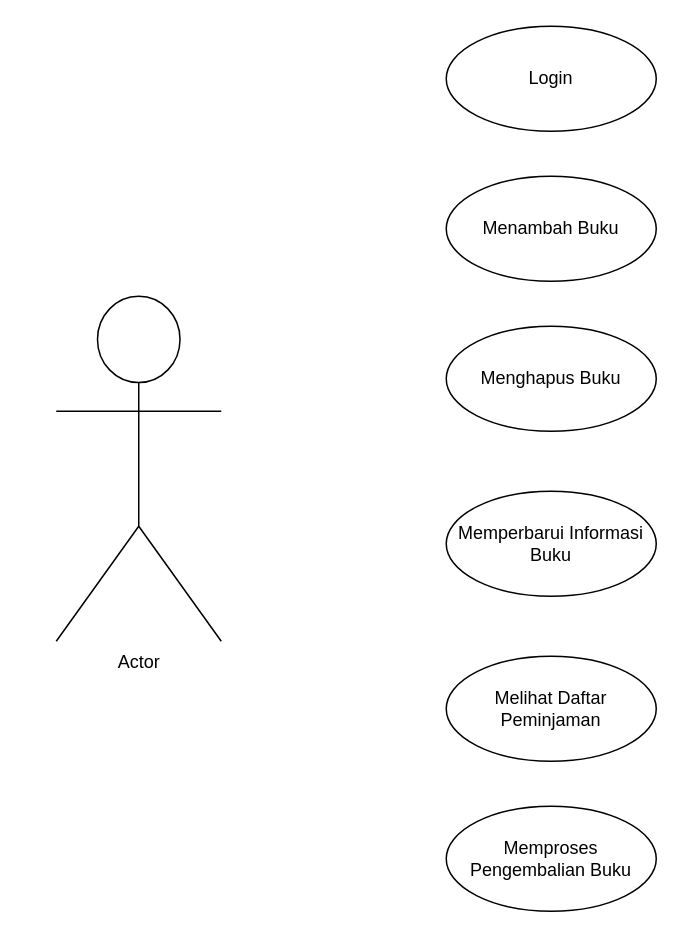
The draw.io diagram Petugas.drawio in RofiNugraha/rofingoding, before the edit. Source tidied: cells renumbered, new cells numbered last; positions are measured from the earlier drawing's top-left corner, leaving out a move shared by most shapes. Both pictures are drawn from the tidied source at 150%, with x=0, y=0 at pixel (56, 26).
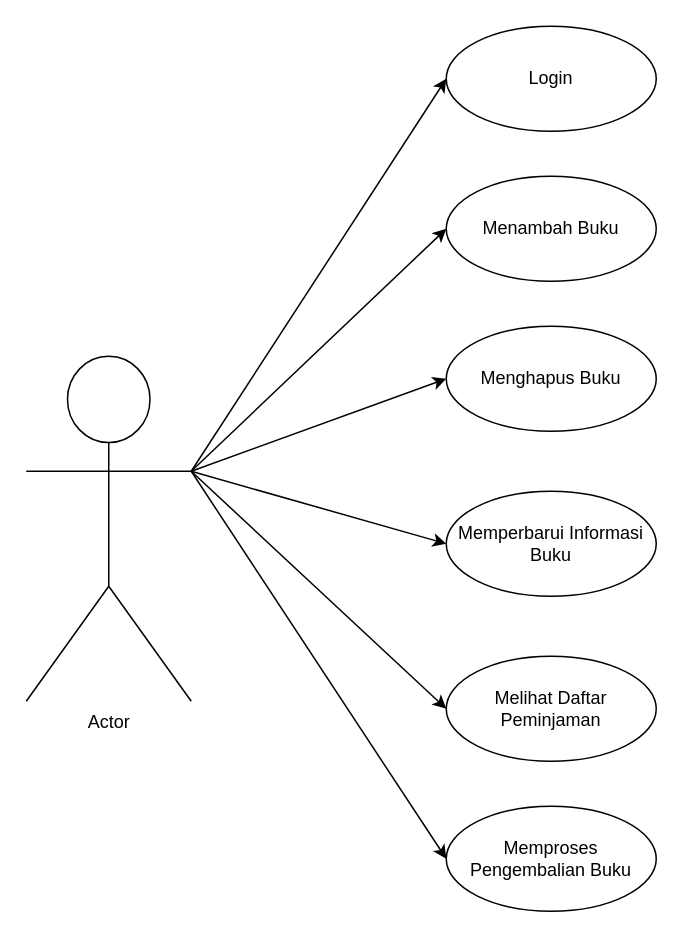
The same page after the edit.

Change to the diagram source:
```diff
@@
 <mxGraphModel>
   <root>
     <mxCell id="0" />
     <mxCell id="1" parent="0" />
+    <mxCell id="10" style="edgeStyle=none;rounded=0;jettySize=auto;html=1;exitX=1;exitY=0.3333333333333333;exitDx=0;exitDy=0;exitPerimeter=0;entryX=0;entryY=0.5;entryDx=0;entryDy=0;" parent="1" edge="1" source="2" target="3">
+      <mxGeometry relative="1" as="geometry" />
+    </mxCell>
+    <mxCell id="11" style="edgeStyle=none;rounded=0;jettySize=auto;html=1;exitX=1;exitY=0.3333333333333333;exitDx=0;exitDy=0;exitPerimeter=0;entryX=0;entryY=0.5;entryDx=0;entryDy=0;" parent="1" edge="1" source="2" target="4">
+      <mxGeometry relative="1" as="geometry" />
+    </mxCell>
+    <mxCell id="12" style="edgeStyle=none;rounded=0;jettySize=auto;html=1;exitX=1;exitY=0.3333333333333333;exitDx=0;exitDy=0;exitPerimeter=0;entryX=0;entryY=0.5;entryDx=0;entryDy=0;" parent="1" edge="1" source="2" target="6">
+      <mxGeometry relative="1" as="geometry" />
+    </mxCell>
+    <mxCell id="13" style="edgeStyle=none;rounded=0;jettySize=auto;html=1;exitX=1;exitY=0.3333333333333333;exitDx=0;exitDy=0;exitPerimeter=0;entryX=0;entryY=0.5;entryDx=0;entryDy=0;" parent="1" edge="1" source="2" target="7">
+      <mxGeometry relative="1" as="geometry" />
+    </mxCell>
+    <mxCell id="14" style="edgeStyle=none;rounded=0;jettySize=auto;html=1;exitX=1;exitY=0.3333333333333333;exitDx=0;exitDy=0;exitPerimeter=0;entryX=0;entryY=0.5;entryDx=0;entryDy=0;" parent="1" edge="1" source="2" target="5">
+      <mxGeometry relative="1" as="geometry" />
+    </mxCell>
     <mxCell id="2" value="Actor" style="shape=umlActor;verticalLabelPosition=bottom;verticalAlign=top;html=1;outlineConnect=0;" parent="1" vertex="1">
-      <mxGeometry y="180" width="110" height="230" as="geometry" />
+      <mxGeometry x="-20" y="220" width="110" height="230" as="geometry" />
     </mxCell>
     <mxCell id="3" value="Login" style="ellipse;whiteSpace=wrap;html=1;" parent="1" vertex="1">
       <mxGeometry x="260" width="140" height="70" as="geometry" />
     </mxCell>
     <mxCell id="4" value="Menambah Buku" style="ellipse;whiteSpace=wrap;html=1;" parent="1" vertex="1">
       <mxGeometry x="260" y="100" width="140" height="70" as="geometry" />
     </mxCell>
     <mxCell id="5" value="Menghapus Buku" style="ellipse;whiteSpace=wrap;html=1;" parent="1" vertex="1">
       <mxGeometry x="260" y="200" width="140" height="70" as="geometry" />
     </mxCell>
     <mxCell id="6" value="Memperbarui Informasi Buku" style="ellipse;whiteSpace=wrap;html=1;" parent="1" vertex="1">
       <mxGeometry x="260" y="310" width="140" height="70" as="geometry" />
     </mxCell>
     <mxCell id="7" value="Melihat Daftar Peminjaman" style="ellipse;whiteSpace=wrap;html=1;" parent="1" vertex="1">
       <mxGeometry x="260" y="420" width="140" height="70" as="geometry" />
     </mxCell>
     <mxCell id="8" value="Memproses Pengembalian Buku" style="ellipse;whiteSpace=wrap;html=1;" parent="1" vertex="1">
       <mxGeometry x="260" y="520" width="140" height="70" as="geometry" />
     </mxCell>
     <mxCell id="9" style="edgeStyle=orthogonalEdgeStyle;rounded=0;orthogonalLoop=1;jettySize=auto;html=1;exitX=0.5;exitY=1;exitDx=0;exitDy=0;" parent="1" edge="1" source="5" target="5">
       <mxGeometry relative="1" as="geometry" />
     </mxCell>
+    <mxCell id="15" style="edgeStyle=none;rounded=0;jettySize=auto;html=1;exitX=1;exitY=0.3333333333333333;exitDx=0;exitDy=0;exitPerimeter=0;entryX=0;entryY=0.5;entryDx=0;entryDy=0;" parent="1" edge="1" source="2" target="8">
+      <mxGeometry relative="1" as="geometry" />
+    </mxCell>
   </root>
 </mxGraphModel>
```
